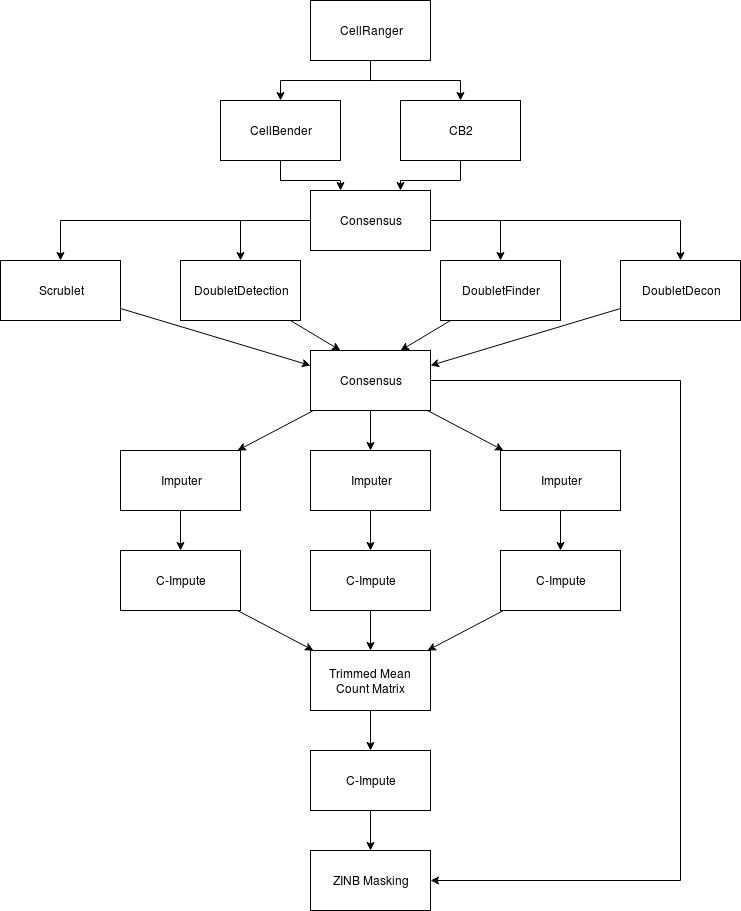
Before: flow.png, a diagram exported from draw.io (cnk113/ESCAPE). Source tidied: cells renumbered, new cells last; positions are measured from the earlier drawing's top-left corner, leaving out a move shared by most shapes.
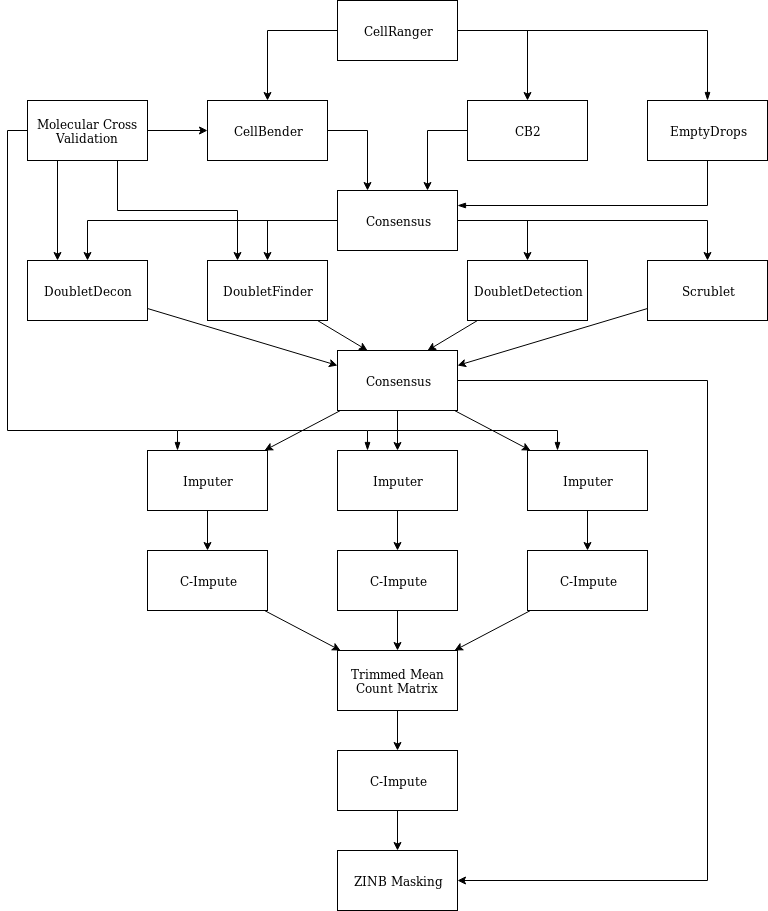
After the change.

Change to the diagram source:
```diff
@@ -21,7 +21,7 @@
       <mxGeometry relative="1" as="geometry" />
     </mxCell>
     <mxCell id="8" value="&lt;div&gt;CellBender&lt;/div&gt;" style="rounded=0;whiteSpace=wrap;html=1;" parent="1" vertex="1">
-      <mxGeometry x="220" y="100" width="120" height="60" as="geometry" />
+      <mxGeometry x="180" y="100" width="120" height="60" as="geometry" />
     </mxCell>
     <mxCell id="9" style="edgeStyle=orthogonalEdgeStyle;rounded=0;jettySize=auto;html=1;" parent="1" edge="1" source="10" target="12">
       <mxGeometry relative="1" as="geometry" />
@@ -29,22 +29,57 @@
     <mxCell id="10" value="CellRanger" style="rounded=0;whiteSpace=wrap;html=1;" parent="1" vertex="1">
       <mxGeometry x="310" width="120" height="60" as="geometry" />
     </mxCell>
+    <mxCell id="44" style="edgeStyle=orthogonalEdgeStyle;rounded=0;jettySize=auto;html=1;" parent="1" edge="1" source="48" target="8">
+      <mxGeometry relative="1" as="geometry" />
+    </mxCell>
+    <mxCell id="45" style="edgeStyle=orthogonalEdgeStyle;rounded=0;jettySize=auto;html=1;exitX=0.75;exitY=1;exitDx=0;exitDy=0;entryX=0.25;entryY=0;entryDx=0;entryDy=0;" parent="1" edge="1" source="48" target="16">
+      <mxGeometry relative="1" as="geometry" />
+    </mxCell>
+    <mxCell id="46" style="edgeStyle=orthogonalEdgeStyle;rounded=0;jettySize=auto;html=1;exitX=0.25;exitY=1;exitDx=0;exitDy=0;entryX=0.25;entryY=0;entryDx=0;entryDy=0;" parent="1" edge="1" source="48" target="43">
+      <mxGeometry relative="1" as="geometry" />
+    </mxCell>
+    <mxCell id="47" style="edgeStyle=orthogonalEdgeStyle;rounded=0;jettySize=auto;html=1;exitX=0;exitY=0.5;exitDx=0;exitDy=0;entryX=0.25;entryY=0;entryDx=0;entryDy=0;endArrow=blockThin;endFill=1;" parent="1" edge="1" source="48" target="36">
+      <mxGeometry relative="1" as="geometry">
+        <Array as="points">
+          <mxPoint x="-20" y="130" />
+          <mxPoint x="-20" y="430" />
+          <mxPoint x="150" y="430" />
+        </Array>
+      </mxGeometry>
+    </mxCell>
+    <mxCell id="48" value="Molecular Cross Validation" style="rounded=0;whiteSpace=wrap;html=1;" parent="1" vertex="1">
+      <mxGeometry y="100" width="120" height="60" as="geometry" />
+    </mxCell>
     <mxCell id="11" style="edgeStyle=orthogonalEdgeStyle;rounded=0;jettySize=auto;html=1;entryX=0.75;entryY=0;entryDx=0;entryDy=0;" parent="1" edge="1" source="12" target="5">
       <mxGeometry relative="1" as="geometry" />
     </mxCell>
     <mxCell id="12" value="CB2" style="rounded=0;whiteSpace=wrap;html=1;" parent="1" vertex="1">
-      <mxGeometry x="400" y="100" width="120" height="60" as="geometry" />
+      <mxGeometry x="440" y="100" width="120" height="60" as="geometry" />
     </mxCell>
+    <mxCell id="49" style="edgeStyle=orthogonalEdgeStyle;rounded=0;jettySize=auto;html=1;endArrow=blockThin;endFill=1;exitX=1;exitY=0.5;exitDx=0;exitDy=0;" parent="1" edge="1" source="10" target="51">
+      <mxGeometry relative="1" as="geometry" />
+    </mxCell>
+    <mxCell id="50" style="edgeStyle=orthogonalEdgeStyle;rounded=0;jettySize=auto;html=1;endArrow=blockThin;endFill=1;entryX=1;entryY=0.25;entryDx=0;entryDy=0;exitX=0.45;exitY=1;exitDx=0;exitDy=0;exitPerimeter=0;" parent="1" edge="1" source="51" target="5">
+      <mxGeometry relative="1" as="geometry">
+        <Array as="points">
+          <mxPoint x="680" y="160" />
+          <mxPoint x="680" y="205" />
+        </Array>
+      </mxGeometry>
+    </mxCell>
+    <mxCell id="51" value="EmptyDrops" style="rounded=0;whiteSpace=wrap;html=1;" parent="1" vertex="1">
+      <mxGeometry x="620" y="100" width="120" height="60" as="geometry" />
+    </mxCell>
     <mxCell id="13" style="edgeStyle=none;rounded=0;jettySize=auto;html=1;entryX=1;entryY=0.25;entryDx=0;entryDy=0;" parent="1" edge="1" source="14" target="21">
       <mxGeometry relative="1" as="geometry" />
     </mxCell>
-    <mxCell id="14" value="DoubletDecon" style="rounded=0;whiteSpace=wrap;html=1;" parent="1" vertex="1">
+    <mxCell id="14" value="Scrublet" style="rounded=0;whiteSpace=wrap;html=1;" parent="1" vertex="1">
       <mxGeometry x="620" y="260" width="120" height="60" as="geometry" />
     </mxCell>
     <mxCell id="15" style="edgeStyle=none;rounded=0;jettySize=auto;html=1;entryX=0.25;entryY=0;entryDx=0;entryDy=0;" parent="1" edge="1" source="16" target="21">
       <mxGeometry relative="1" as="geometry" />
     </mxCell>
-    <mxCell id="16" value="DoubletDetection" style="rounded=0;whiteSpace=wrap;html=1;" parent="1" vertex="1">
+    <mxCell id="16" value="DoubletFinder" style="rounded=0;whiteSpace=wrap;html=1;" parent="1" vertex="1">
       <mxGeometry x="180" y="260" width="120" height="60" as="geometry" />
     </mxCell>
     <mxCell id="17" style="edgeStyle=none;rounded=0;jettySize=auto;html=1;" parent="1" edge="1" source="21" target="36">
@@ -82,6 +117,11 @@
     <mxCell id="26" style="edgeStyle=none;rounded=0;jettySize=auto;html=1;" parent="1" edge="1" source="27" target="29">
       <mxGeometry relative="1" as="geometry" />
     </mxCell>
+    <mxCell id="52" style="edgeStyle=orthogonalEdgeStyle;rounded=0;jettySize=auto;html=1;endArrow=blockThin;endFill=1;entryX=0.25;entryY=0;entryDx=0;entryDy=0;" parent="1" edge="1" target="23">
+      <mxGeometry relative="1" as="geometry">
+        <mxPoint x="340" y="430" as="sourcePoint" />
+      </mxGeometry>
+    </mxCell>
     <mxCell id="27" value="Imputer" style="rounded=0;whiteSpace=wrap;html=1;" parent="1" vertex="1">
       <mxGeometry x="310" y="450" width="120" height="60" as="geometry" />
     </mxCell>
@@ -109,6 +149,11 @@
     <mxCell id="35" style="edgeStyle=none;rounded=0;jettySize=auto;html=1;" parent="1" edge="1" source="36" target="38">
       <mxGeometry relative="1" as="geometry" />
     </mxCell>
+    <mxCell id="53" style="edgeStyle=orthogonalEdgeStyle;rounded=0;jettySize=auto;html=1;endArrow=blockThin;endFill=1;entryX=0.25;entryY=0;entryDx=0;entryDy=0;" parent="1" edge="1" target="27">
+      <mxGeometry relative="1" as="geometry">
+        <mxPoint x="150" y="430" as="sourcePoint" />
+      </mxGeometry>
+    </mxCell>
     <mxCell id="36" value="Imputer" style="rounded=0;whiteSpace=wrap;html=1;" parent="1" vertex="1">
       <mxGeometry x="120" y="450" width="120" height="60" as="geometry" />
     </mxCell>
@@ -129,13 +174,13 @@
     <mxCell id="40" style="edgeStyle=none;rounded=0;jettySize=auto;html=1;entryX=0.75;entryY=0;entryDx=0;entryDy=0;" parent="1" edge="1" source="41" target="21">
       <mxGeometry relative="1" as="geometry" />
     </mxCell>
-    <mxCell id="41" value="DoubletFinder" style="rounded=0;whiteSpace=wrap;html=1;" parent="1" vertex="1">
+    <mxCell id="41" value="DoubletDetection" style="rounded=0;whiteSpace=wrap;html=1;" parent="1" vertex="1">
       <mxGeometry x="440" y="260" width="120" height="60" as="geometry" />
     </mxCell>
     <mxCell id="42" style="edgeStyle=none;rounded=0;jettySize=auto;html=1;entryX=0;entryY=0.25;entryDx=0;entryDy=0;" parent="1" edge="1" source="43" target="21">
       <mxGeometry relative="1" as="geometry" />
     </mxCell>
-    <mxCell id="43" value="Scrublet" style="rounded=0;whiteSpace=wrap;html=1;" parent="1" vertex="1">
+    <mxCell id="43" value="DoubletDecon" style="rounded=0;whiteSpace=wrap;html=1;" parent="1" vertex="1">
       <mxGeometry y="260" width="120" height="60" as="geometry" />
     </mxCell>
   </root>
```
